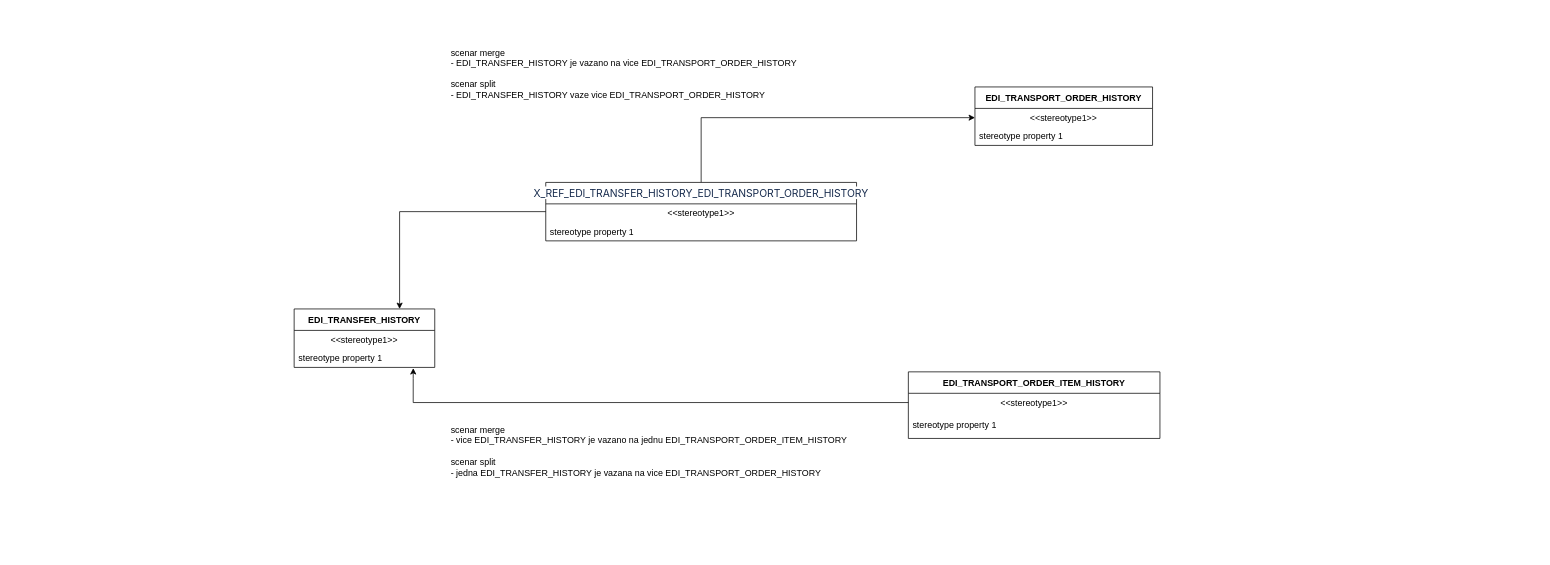
Above: EDI history.drawio in hellxcz/Common (draw.io), before the change. Source tidied: cells renumbered, new cells numbered last; positions are measured from the earlier drawing's top-left corner, leaving out a move shared by most shapes. Both pictures are drawn from the tidied source at 74%, with x=0, y=0 at pixel (294, 42).
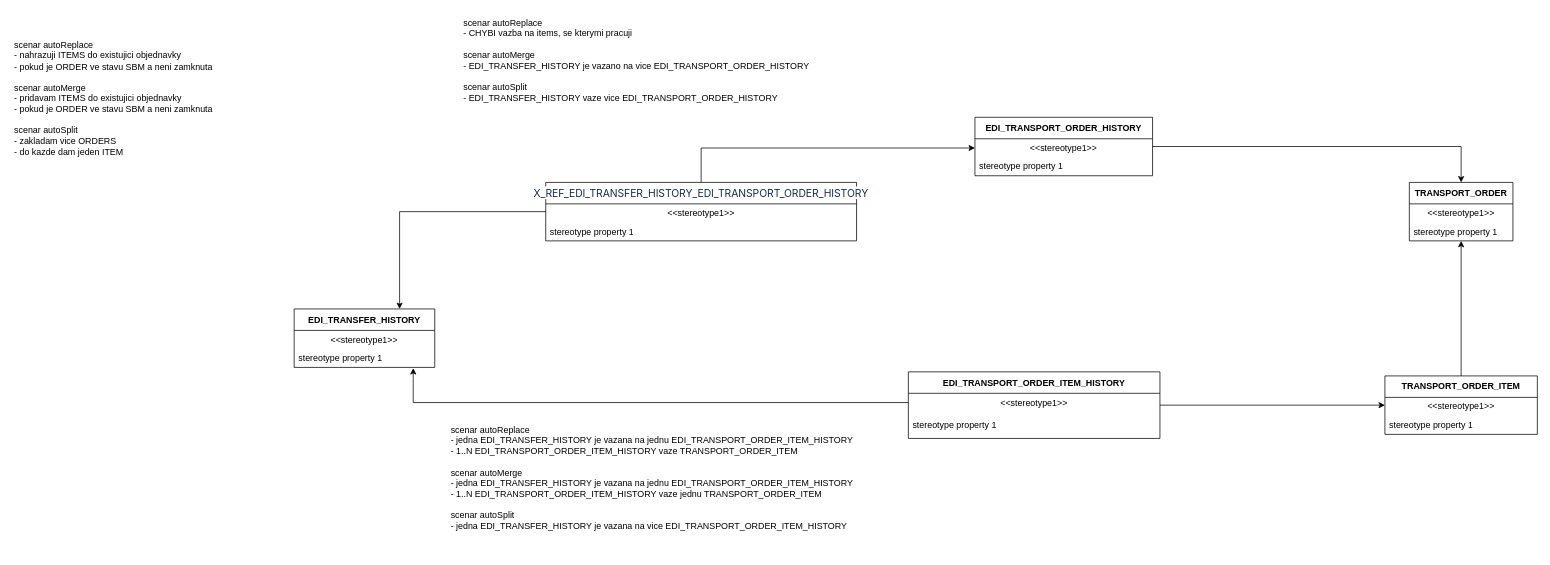
The same diagram, later.

Unchanged cells that the change refers to:
```xml
<mxCell id="8" value="EDI_TRANSPORT_ORDER_ITEM_HISTORY" style="swimlane;fontStyle=1;align=center;verticalAlign=middle;horizontal=1;startSize=29;html=1;whiteSpace=wrap;" parent="1" vertex="1">
  <mxGeometry x="830" y="445" width="340" height="90" as="geometry" />
</mxCell>
```

What changed in the source:
```diff
@@
     <mxCell id="5" value="EDI_TRANSPORT_ORDER_HISTORY" style="swimlane;fontStyle=1;align=center;verticalAlign=middle;horizontal=1;startSize=29;html=1;whiteSpace=wrap;" parent="1" vertex="1">
-      <mxGeometry x="920" y="60" width="240" height="79" as="geometry" />
+      <mxGeometry x="920" y="101" width="240" height="79" as="geometry" />
     </mxCell>
@@
+    <mxCell id="19" style="edgeStyle=orthogonalEdgeStyle;rounded=0;jettySize=auto;html=1;" parent="1" edge="1" source="8" target="25">
+      <mxGeometry relative="1" as="geometry" />
+    </mxCell>
@@
-    <mxCell id="17" value="scenar merge&lt;div&gt;- EDI_TRANSFER_HISTORY je vazano na vice&amp;nbsp;&lt;span style=&quot;text-align: center; background-color: initial;&quot;&gt;EDI_TRANSPORT_ORDER_HISTORY&lt;/span&gt;&lt;/div&gt;&lt;div&gt;&lt;span style=&quot;text-align: center; background-color: initial;&quot;&gt;&lt;br&gt;&lt;/span&gt;&lt;/div&gt;&lt;div&gt;&lt;span style=&quot;text-align: center; background-color: initial;&quot;&gt;scenar split&lt;/span&gt;&lt;/div&gt;&lt;div&gt;&lt;span style=&quot;text-align: center; background-color: initial;&quot;&gt;-&amp;nbsp;&lt;/span&gt;&lt;span style=&quot;background-color: initial;&quot;&gt;EDI_TRANSFER_HISTORY vaze vice&amp;nbsp;&lt;/span&gt;&lt;span style=&quot;background-color: initial; text-align: center;&quot;&gt;EDI_TRANSPORT_ORDER_HISTORY&lt;/span&gt;&lt;/div&gt;" style="text;html=1;align=left;verticalAlign=top;whiteSpace=wrap;rounded=0;" parent="1" vertex="1">
-      <mxGeometry x="210" width="560" height="100" as="geometry" />
+    <mxCell id="17" value="&lt;div&gt;scenar autoReplace&lt;/div&gt;&lt;div&gt;- CHYBI vazba na items, se kterymi pracuji&lt;/div&gt;&lt;div&gt;&lt;br&gt;&lt;/div&gt;scenar autoMerge&lt;div&gt;- EDI_TRANSFER_HISTORY je vazano na vice&amp;nbsp;&lt;span style=&quot;text-align: center; background-color: initial;&quot;&gt;EDI_TRANSPORT_ORDER_HISTORY&lt;/span&gt;&lt;/div&gt;&lt;div&gt;&lt;span style=&quot;text-align: center; background-color: initial;&quot;&gt;&lt;br&gt;&lt;/span&gt;&lt;/div&gt;&lt;div&gt;&lt;span style=&quot;text-align: center; background-color: initial;&quot;&gt;scenar autoSplit&lt;/span&gt;&lt;/div&gt;&lt;div&gt;&lt;span style=&quot;text-align: center; background-color: initial;&quot;&gt;-&amp;nbsp;&lt;/span&gt;&lt;span style=&quot;background-color: initial;&quot;&gt;EDI_TRANSFER_HISTORY vaze vice&amp;nbsp;&lt;/span&gt;&lt;span style=&quot;background-color: initial; text-align: center;&quot;&gt;EDI_TRANSPORT_ORDER_HISTORY&lt;/span&gt;&lt;/div&gt;" style="text;html=1;align=left;verticalAlign=top;whiteSpace=wrap;rounded=0;" parent="1" vertex="1">
+      <mxGeometry x="227" y="-40" width="560" height="100" as="geometry" />
     </mxCell>
-    <mxCell id="18" value="scenar merge&lt;div&gt;- vice EDI_TRANSFER_HISTORY je vazano na jednu&amp;nbsp;&lt;span style=&quot;text-align: center; background-color: initial;&quot;&gt;EDI_TRANSPORT_ORDER_ITEM_HISTORY&lt;/span&gt;&lt;/div&gt;&lt;div&gt;&lt;span style=&quot;text-align: center; background-color: initial;&quot;&gt;&lt;br&gt;&lt;/span&gt;&lt;/div&gt;&lt;div&gt;&lt;span style=&quot;text-align: center; background-color: initial;&quot;&gt;scenar split&lt;/span&gt;&lt;/div&gt;&lt;div&gt;&lt;span style=&quot;text-align: center; background-color: initial;&quot;&gt;- jedna&amp;nbsp;&lt;/span&gt;&lt;span style=&quot;background-color: initial;&quot;&gt;EDI_TRANSFER_HISTORY je vazana na vice&amp;nbsp;&lt;/span&gt;&lt;span style=&quot;background-color: initial; text-align: center;&quot;&gt;EDI_TRANSPORT_ORDER_HISTORY&lt;/span&gt;&lt;/div&gt;" style="text;html=1;align=left;verticalAlign=top;whiteSpace=wrap;rounded=0;" parent="1" vertex="1">
-      <mxGeometry x="210" y="510" width="560" height="100" as="geometry" />
+    <mxCell id="18" value="&lt;div&gt;scenar autoReplace&lt;/div&gt;&lt;div&gt;-&amp;nbsp;&lt;span style=&quot;background-color: initial;&quot;&gt;jedna EDI_TRANSFER_HISTORY je vazana na jednu&amp;nbsp;&lt;/span&gt;&lt;span style=&quot;background-color: initial; text-align: center;&quot;&gt;EDI_TRANSPORT_ORDER_ITEM_HISTORY&lt;/span&gt;&lt;/div&gt;&lt;div&gt;&lt;span style=&quot;background-color: initial; text-align: center;&quot;&gt;- 1..N&amp;nbsp;&lt;/span&gt;&lt;span style=&quot;text-align: center; background-color: initial;&quot;&gt;EDI_TRANSPORT_ORDER_ITEM_HISTORY vaze TRANSPORT_ORDER_ITEM&lt;/span&gt;&lt;/div&gt;&lt;div&gt;&lt;br&gt;&lt;/div&gt;scenar autoMerge&lt;div&gt;&lt;div&gt;- jedna EDI_TRANSFER_HISTORY je vazana na jednu&amp;nbsp;&lt;span style=&quot;text-align: center; background-color: initial;&quot;&gt;EDI_TRANSPORT_ORDER_ITEM_HISTORY&lt;/span&gt;&lt;/div&gt;&lt;div&gt;&lt;span style=&quot;text-align: center; background-color: initial;&quot;&gt;-&amp;nbsp;&lt;/span&gt;&lt;span style=&quot;background-color: initial; text-align: center;&quot;&gt;1..N&amp;nbsp;&lt;/span&gt;&lt;span style=&quot;background-color: initial; text-align: center;&quot;&gt;EDI_TRANSPORT_ORDER_ITEM_HISTORY vaze jednu TRANSPORT_ORDER_ITEM&lt;/span&gt;&lt;/div&gt;&lt;div&gt;&lt;span style=&quot;text-align: center; background-color: initial;&quot;&gt;&lt;br&gt;&lt;/span&gt;&lt;/div&gt;&lt;div&gt;&lt;span style=&quot;text-align: center; background-color: initial;&quot;&gt;scenar autoSplit&lt;/span&gt;&lt;/div&gt;&lt;div&gt;&lt;span style=&quot;text-align: center; background-color: initial;&quot;&gt;- jedna&amp;nbsp;&lt;/span&gt;&lt;span style=&quot;background-color: initial;&quot;&gt;EDI_TRANSFER_HISTORY je vazana na vice&amp;nbsp;&lt;/span&gt;&lt;span style=&quot;text-align: center; background-color: initial;&quot;&gt;EDI_TRANSPORT_ORDER_ITEM_HISTORY&lt;/span&gt;&lt;/div&gt;&lt;/div&gt;" style="text;html=1;align=left;verticalAlign=top;whiteSpace=wrap;rounded=0;" parent="1" vertex="1">
+      <mxGeometry x="210" y="510" width="560" height="180" as="geometry" />
     </mxCell>
+    <mxCell id="20" value="scenar autoReplace&lt;div&gt;- nahrazuji ITEMS do existujici objednavky&lt;/div&gt;&lt;div&gt;- pokud je ORDER ve stavu SBM a neni zamknuta&lt;/div&gt;&lt;div&gt;&lt;span style=&quot;text-align: center; background-color: initial;&quot;&gt;&lt;br&gt;&lt;/span&gt;&lt;/div&gt;&lt;div&gt;&lt;span style=&quot;text-align: center; background-color: initial;&quot;&gt;scenar autoMerge&lt;/span&gt;&lt;/div&gt;&lt;div&gt;&lt;span style=&quot;text-align: center; background-color: initial;&quot;&gt;- pridavam ITEMS do existujici objednavky&lt;/span&gt;&lt;/div&gt;&lt;div&gt;&lt;span style=&quot;text-align: center; background-color: initial;&quot;&gt;-&amp;nbsp;&lt;/span&gt;&lt;span style=&quot;background-color: initial;&quot;&gt;pokud je ORDER ve stavu SBM a neni zamknuta&lt;/span&gt;&lt;span style=&quot;background-color: initial; text-align: center;&quot;&gt;&amp;nbsp;&lt;/span&gt;&lt;/div&gt;&lt;div&gt;&lt;span style=&quot;text-align: center; background-color: initial;&quot;&gt;&lt;br&gt;&lt;/span&gt;&lt;/div&gt;&lt;div&gt;&lt;span style=&quot;text-align: center; background-color: initial;&quot;&gt;scenar autoSplit&lt;/span&gt;&lt;/div&gt;&lt;div&gt;&lt;span style=&quot;text-align: center; background-color: initial;&quot;&gt;- zakladam vice ORDERS&lt;/span&gt;&lt;/div&gt;&lt;div&gt;&lt;span style=&quot;text-align: center; background-color: initial;&quot;&gt;- do kazde dam jeden ITEM&lt;/span&gt;&lt;/div&gt;" style="text;html=1;align=left;verticalAlign=top;whiteSpace=wrap;rounded=0;" parent="1" vertex="1">
+      <mxGeometry x="-380" y="-10" width="300" height="190" as="geometry" />
+    </mxCell>
+    <mxCell id="21" value="TRANSPORT_ORDER" style="swimlane;fontStyle=1;align=center;verticalAlign=middle;horizontal=1;startSize=29;html=1;whiteSpace=wrap;" parent="1" vertex="1">
+      <mxGeometry x="1507" y="189" width="140" height="79" as="geometry" />
+    </mxCell>
+    <mxCell id="22" value="&amp;lt;&amp;lt;stereotype1&amp;gt;&amp;gt;" style="text;html=1;strokeColor=none;fillColor=none;align=center;verticalAlign=middle;spacingLeft=4;spacingRight=4;overflow=hidden;whiteSpace=wrap;" parent="21" vertex="1">
+      <mxGeometry y="29" width="140" height="25" as="geometry" />
+    </mxCell>
+    <mxCell id="23" value="stereotype property 1" style="text;html=1;strokeColor=none;fillColor=none;align=left;verticalAlign=middle;spacingLeft=4;spacingRight=4;overflow=hidden;whiteSpace=wrap;" parent="21" vertex="1">
+      <mxGeometry y="54" width="140" height="25" as="geometry" />
+    </mxCell>
+    <mxCell id="24" style="edgeStyle=orthogonalEdgeStyle;rounded=0;jettySize=auto;html=1;" parent="1" edge="1" source="25" target="21">
+      <mxGeometry relative="1" as="geometry" />
+    </mxCell>
+    <mxCell id="25" value="TRANSPORT_ORDER_ITEM" style="swimlane;fontStyle=1;align=center;verticalAlign=middle;horizontal=1;startSize=29;html=1;whiteSpace=wrap;" parent="1" vertex="1">
+      <mxGeometry x="1474" y="450.5" width="206" height="79" as="geometry" />
+    </mxCell>
+    <mxCell id="26" value="&amp;lt;&amp;lt;stereotype1&amp;gt;&amp;gt;" style="text;html=1;strokeColor=none;fillColor=none;align=center;verticalAlign=middle;spacingLeft=4;spacingRight=4;overflow=hidden;whiteSpace=wrap;" parent="25" vertex="1">
+      <mxGeometry y="29" width="206" height="25" as="geometry" />
+    </mxCell>
+    <mxCell id="27" value="stereotype property 1" style="text;html=1;strokeColor=none;fillColor=none;align=left;verticalAlign=middle;spacingLeft=4;spacingRight=4;overflow=hidden;whiteSpace=wrap;" parent="25" vertex="1">
+      <mxGeometry y="54" width="206" height="25" as="geometry" />
+    </mxCell>
+    <mxCell id="28" style="endArrow=classic;html=1;rounded=0;edgeStyle=orthogonalEdgeStyle;endFill=1;" parent="1" edge="1" source="5" target="21">
+      <mxGeometry relative="1" as="geometry" />
+    </mxCell>
```
